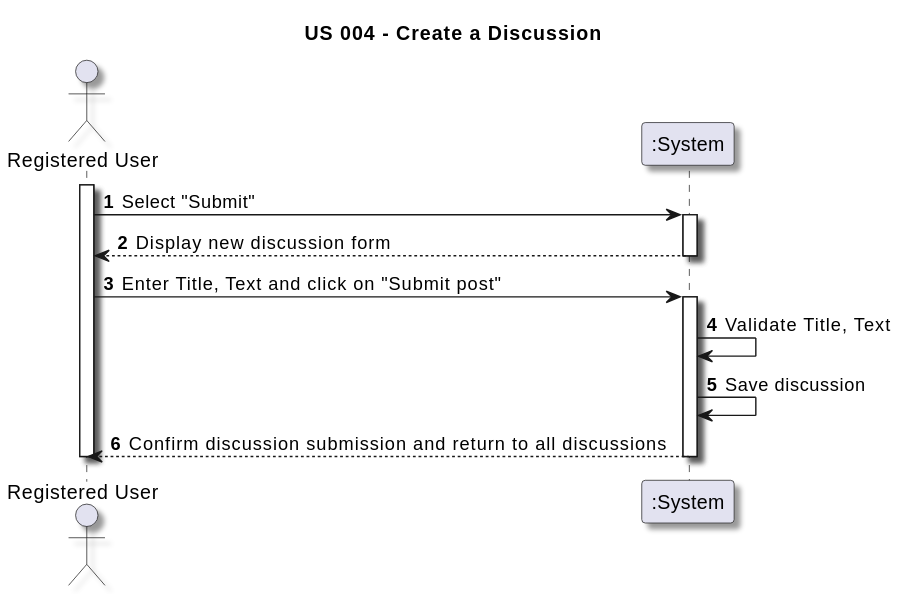
This is docs/sprint01/us004/01.requirements-engineering/svg/us004-system-sequence-diagram.svg from TiagoMagalhaes1232507/Testando-projeto, a PlantUML export, as it was before one commit.
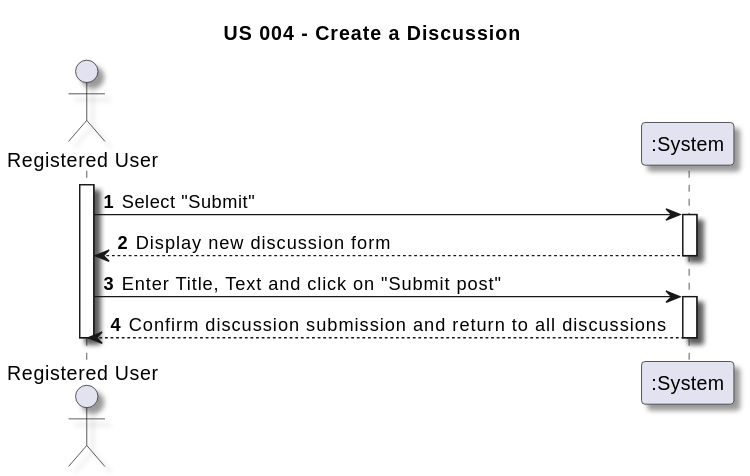
After the commit.

Diff of the diagram source:
```diff
@@ -21,10 +21,6 @@
 User -> System : Enter Title, Text and click on "Submit post"
 activate System
 
-System -> System : Validate Title, Text
-
-System -> System : Save discussion
-
 System --> User : Confirm discussion submission and return to all discussions
 deactivate System
 deactivate User
```
